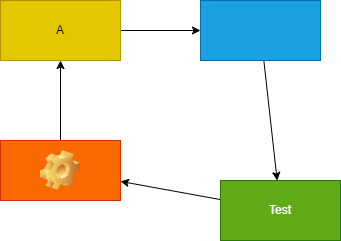
Above: doc/images/overview.drawio.png in Flo090/sw_developer_2023 (draw.io), before the change. Source tidied: cells renumbered, new cells last; positions are measured from the earlier drawing's top-left corner, leaving out a move shared by most shapes.
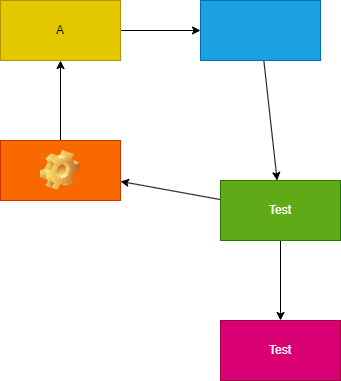
After the commit.

Diff of the diagram source:
```diff
@@ -17,6 +17,9 @@
     <mxCell id="6" style="edgeStyle=none;html=1;" parent="1" edge="1" source="7" target="9">
       <mxGeometry relative="1" as="geometry" />
     </mxCell>
+    <mxCell id="11" style="edgeStyle=none;html=1;" parent="1" edge="1" source="7" target="12">
+      <mxGeometry relative="1" as="geometry" />
+    </mxCell>
     <mxCell id="7" value="Test" style="whiteSpace=wrap;html=1;fillColor=#60a917;fontColor=#ffffff;strokeColor=#2D7600;" parent="1" vertex="1">
       <mxGeometry x="220" y="180" width="120" height="60" as="geometry" />
     </mxCell>
@@ -29,5 +32,8 @@
     <mxCell id="10" style="shape=image;html=1;verticalLabelPosition=bottom;verticalAlign=top;imageAspect=0;image=img/clipart/Gear_128x128.png;" parent="1" vertex="1">
       <mxGeometry x="40" y="150" width="40" height="40" as="geometry" />
     </mxCell>
+    <mxCell id="12" value="Test" style="whiteSpace=wrap;html=1;fillColor=#d80073;fontColor=#ffffff;strokeColor=#A50040;" parent="1" vertex="1">
+      <mxGeometry x="220" y="320" width="120" height="60" as="geometry" />
+    </mxCell>
   </root>
 </mxGraphModel>
```
